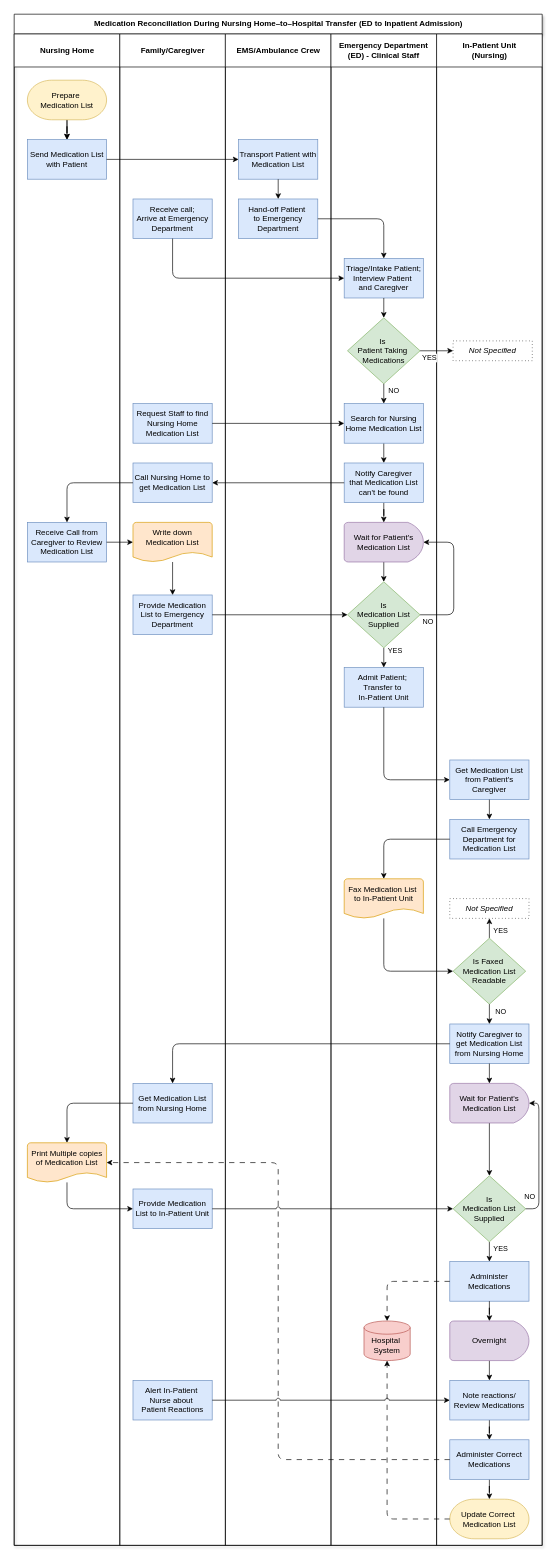
Before: Process Chart.drawio in melmirasol/Case-Problem-6.2, a draw.io diagram. Source tidied: cells renumbered, new cells numbered last; positions are measured from the earlier drawing's top-left corner, leaving out a move shared by most shapes. Both pictures are drawn from the tidied source at 66%, with x=0, y=0 at pixel (14, 14).
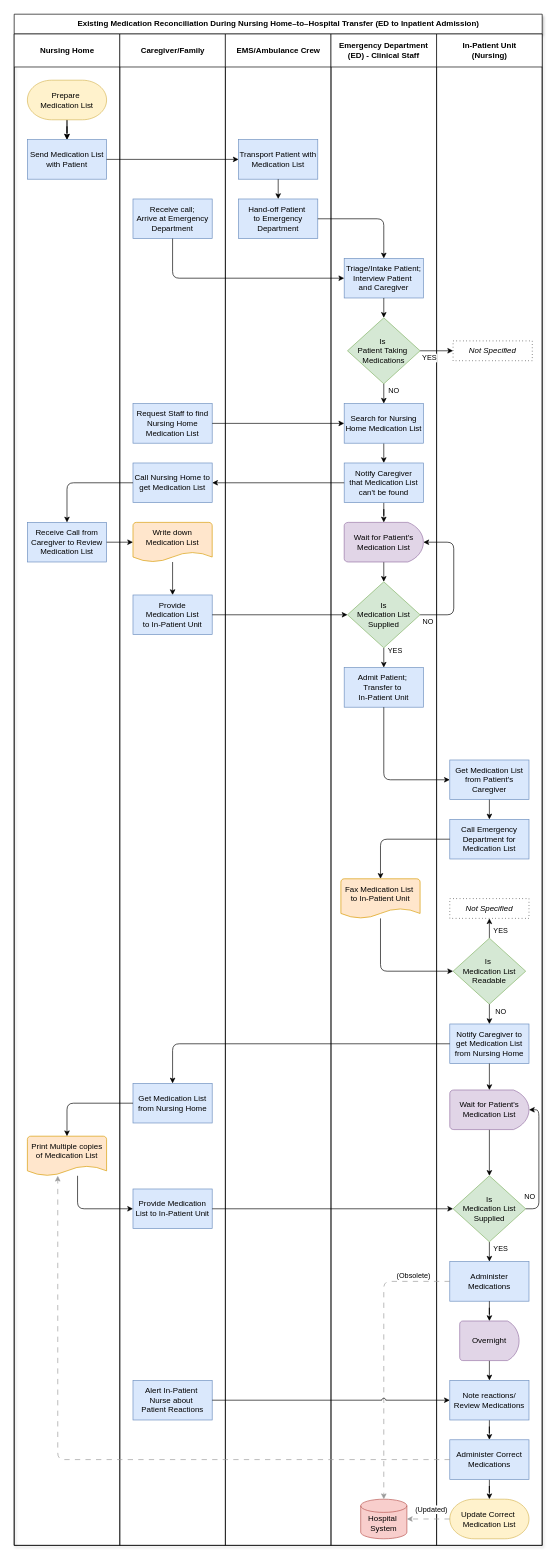
Above is the later version.

Unchanged cells that the change refers to:
```xml
<mxCell id="3" value="Nursing Home" style="swimlane;startSize=50;html=1;" parent="2" vertex="1">
  <mxGeometry y="30" width="160" height="2290" as="geometry" />
</mxCell>
<mxCell id="6" value="Receive Call from Caregiver to Review Medication List" style="rounded=0;whiteSpace=wrap;html=1;fillColor=#dae8fc;strokeColor=#6c8ebf;" parent="3" vertex="1">
  <mxGeometry x="20" y="740" width="120" height="60" as="geometry" />
</mxCell>
<mxCell id="20" value="EMS/Ambulance Crew" style="swimlane;startSize=50;html=1;" parent="2" vertex="1">
  <mxGeometry x="320" y="30" width="160" height="2290" as="geometry" />
</mxCell>
<mxCell id="24" value="Emergency Department (ED) -&amp;nbsp;&lt;span style=&quot;background-color: transparent; color: light-dark(rgb(0, 0, 0), rgb(255, 255, 255));&quot;&gt;Clinical&amp;nbsp;Staff&lt;/span&gt;" style="swimlane;startSize=50;html=1;whiteSpace=wrap;" parent="2" vertex="1">
  <mxGeometry x="480" y="30" width="160" height="2290" as="geometry" />
</mxCell>
<mxCell id="39" value="Is&lt;div&gt;Medication&amp;nbsp;&lt;span style=&quot;background-color: transparent; color: light-dark(rgb(0, 0, 0), rgb(255, 255, 255));&quot;&gt;List Supplied&lt;/span&gt;&lt;/div&gt;" style="rhombus;whiteSpace=wrap;html=1;fillColor=#d5e8d4;strokeColor=#82b366;" parent="24" vertex="1">
  <mxGeometry x="25" y="830" width="110" height="100" as="geometry" />
</mxCell>
<mxCell id="43" value="In-Patient Unit&lt;div&gt;(Nursing)&lt;/div&gt;" style="swimlane;startSize=50;html=1;" parent="2" vertex="1">
  <mxGeometry x="640" y="30" width="160" height="2290" as="geometry" />
</mxCell>
<mxCell id="45" value="&lt;span style=&quot;background-color: transparent; color: light-dark(rgb(0, 0, 0), rgb(255, 255, 255));&quot;&gt;Call Emergency Department for Medication List&lt;/span&gt;" style="rounded=0;whiteSpace=wrap;html=1;fillColor=#dae8fc;strokeColor=#6c8ebf;" parent="43" vertex="1">
  <mxGeometry x="20" y="1190" width="120" height="60" as="geometry" />
</mxCell>
<mxCell id="56" value="Administer Medications" style="whiteSpace=wrap;html=1;fillColor=#dae8fc;strokeColor=#6c8ebf;rounded=0;" parent="43" vertex="1">
  <mxGeometry x="20" y="1860" width="120" height="60" as="geometry" />
</mxCell>
<mxCell id="69" value="Update Correct&amp;nbsp;&lt;div&gt;Medication List&lt;/div&gt;" style="strokeWidth=1;html=1;shape=mxgraph.flowchart.terminator;whiteSpace=wrap;fillColor=#fff2cc;strokeColor=#d6b656;" parent="43" vertex="1">
  <mxGeometry x="20" y="2220" width="120" height="60" as="geometry" />
</mxCell>
<mxCell id="71" value="Administer Correct Medications" style="whiteSpace=wrap;html=1;fillColor=#dae8fc;strokeColor=#6c8ebf;rounded=0;" parent="43" vertex="1">
  <mxGeometry x="20" y="2130" width="120" height="60" as="geometry" />
</mxCell>
```

Change to the diagram source:
```diff
@@
-    <mxCell id="2" value="Medication Reconciliation During Nursing Home–to–Hospital Transfer (ED to Inpatient Admission)" style="swimlane;startSize=30;html=1;shadow=1;" parent="1" vertex="1">
+    <mxCell id="2" value="Existing Medication Reconciliation During Nursing Home–to–Hospital Transfer (ED to Inpatient Admission)" style="swimlane;startSize=30;html=1;shadow=1;" parent="1" vertex="1">
       <mxGeometry width="800" height="2320" as="geometry" />
     </mxCell>
@@
     <mxCell id="9" value="&lt;div&gt;Print Multiple copies of Medication List&lt;/div&gt;&lt;div&gt;&lt;br&gt;&lt;/div&gt;" style="strokeWidth=1;html=1;shape=mxgraph.flowchart.document2;whiteSpace=wrap;size=0.25;fillColor=#ffe6cc;strokeColor=#d79b00;" parent="3" vertex="1">
-      <mxGeometry x="20" y="1680" width="120" height="60" as="geometry" />
+      <mxGeometry x="20" y="1670" width="120" height="60" as="geometry" />
     </mxCell>
-    <mxCell id="10" value="Family/Caregiver" style="swimlane;startSize=50;html=1;" parent="2" vertex="1">
+    <mxCell id="10" value="Caregiver/Family" style="swimlane;startSize=50;html=1;" parent="2" vertex="1">
       <mxGeometry x="160" y="30" width="160" height="2290" as="geometry" />
     </mxCell>
@@
-    <mxCell id="14" value="&lt;span style=&quot;background-color: transparent; color: light-dark(rgb(0, 0, 0), rgb(255, 255, 255));&quot;&gt;Provide Medication List to Emergency Department&lt;/span&gt;" style="rounded=0;whiteSpace=wrap;html=1;fillColor=#dae8fc;strokeColor=#6c8ebf;" parent="10" vertex="1">
-      <mxGeometry x="20" y="850" width="120" height="60" as="geometry" />
-    </mxCell>
@@
+    <mxCell id="17" value="Provide Medication List to&amp;nbsp;&lt;span style=&quot;background-color: transparent; color: light-dark(rgb(0, 0, 0), rgb(255, 255, 255));&quot;&gt;In-Patient Unit&lt;/span&gt;" style="rounded=0;whiteSpace=wrap;html=1;fillColor=#dae8fc;strokeColor=#6c8ebf;" parent="10" vertex="1">
+      <mxGeometry x="20" y="1750" width="120" height="60" as="geometry" />
+    </mxCell>
+    <mxCell id="19" value="Alert In-Patient&amp;nbsp;&lt;div&gt;Nurse about&amp;nbsp;&lt;/div&gt;&lt;div&gt;Patient Reactions&lt;/div&gt;" style="whiteSpace=wrap;html=1;fillColor=#dae8fc;strokeColor=#6c8ebf;rounded=0;" parent="10" vertex="1">
+      <mxGeometry x="20" y="2040" width="120" height="60" as="geometry" />
+    </mxCell>
+    <mxCell id="93" style="edgeStyle=orthogonalEdgeStyle;rounded=0;jettySize=auto;html=1;" parent="10" edge="1" source="16" target="94">
+      <mxGeometry relative="1" as="geometry" />
+    </mxCell>
-    <mxCell id="16" value="Write down Medication List&lt;div&gt;&lt;br&gt;&lt;/div&gt;" style="strokeWidth=1;html=1;shape=mxgraph.flowchart.document2;whiteSpace=wrap;size=0.25;fillColor=#ffe6cc;strokeColor=#d79b00;" parent="10" vertex="1">
+    <mxCell id="16" value="Write down&lt;div&gt;Medication List&lt;div&gt;&lt;br&gt;&lt;/div&gt;&lt;/div&gt;" style="strokeWidth=1;html=1;shape=mxgraph.flowchart.document2;whiteSpace=wrap;size=0.25;fillColor=#ffe6cc;strokeColor=#d79b00;" parent="10" vertex="1">
       <mxGeometry x="20" y="740" width="120" height="60" as="geometry" />
     </mxCell>
-    <mxCell id="17" value="Provide Medication List to&amp;nbsp;&lt;span style=&quot;background-color: transparent; color: light-dark(rgb(0, 0, 0), rgb(255, 255, 255));&quot;&gt;In-Patient Unit&lt;/span&gt;" style="rounded=0;whiteSpace=wrap;html=1;fillColor=#dae8fc;strokeColor=#6c8ebf;" parent="10" vertex="1">
-      <mxGeometry x="20" y="1750" width="120" height="60" as="geometry" />
-    </mxCell>
-    <mxCell id="18" style="endArrow=classic;html=1;rounded=0;entryX=0.5;entryY=0;entryDx=0;entryDy=0;" parent="10" edge="1" source="16" target="14">
-      <mxGeometry relative="1" as="geometry" />
-    </mxCell>
-    <mxCell id="19" value="Alert In-Patient&amp;nbsp;&lt;div&gt;Nurse about&amp;nbsp;&lt;/div&gt;&lt;div&gt;Patient Reactions&lt;/div&gt;" style="whiteSpace=wrap;html=1;fillColor=#dae8fc;strokeColor=#6c8ebf;rounded=0;" parent="10" vertex="1">
-      <mxGeometry x="20" y="2040" width="120" height="60" as="geometry" />
-    </mxCell>
+    <mxCell id="94" value="&lt;span style=&quot;background-color: transparent; color: light-dark(rgb(0, 0, 0), rgb(255, 255, 255));&quot;&gt;Provide&lt;/span&gt;&lt;div&gt;Medication List&lt;/div&gt;&lt;div&gt;to In-Patient Unit&lt;/div&gt;" style="rounded=0;whiteSpace=wrap;html=1;fillColor=#dae8fc;strokeColor=#6c8ebf;" parent="10" vertex="1">
+      <mxGeometry x="20" y="850" width="120" height="60" as="geometry" />
+    </mxCell>
@@
-    <mxCell id="22" value="Hand-off Patient&amp;nbsp;&lt;div&gt;to Emergency Department&lt;/div&gt;" style="rounded=0;whiteSpace=wrap;html=1;fillColor=#dae8fc;strokeColor=#6c8ebf;" parent="20" vertex="1">
+    <mxCell id="22" value="Hand-off Patient&amp;nbsp;&lt;div&gt;to Emergency Department&lt;/div&gt;" style="rounded=0;whiteSpace=wrap;html=1;fillColor=#dae8fc;strokeColor=#6c8ebf;gradientColor=none;labelBorderColor=none;" parent="20" vertex="1">
       <mxGeometry x="20" y="250" width="120" height="60" as="geometry" />
     </mxCell>
@@
-    <mxCell id="32" value="Fax Medication List&amp;nbsp;&lt;div&gt;to In-Patient Unit&lt;/div&gt;&lt;div&gt;&lt;br&gt;&lt;/div&gt;" style="strokeWidth=1;html=1;shape=mxgraph.flowchart.document2;whiteSpace=wrap;size=0.25;fillColor=#ffe6cc;strokeColor=#d79b00;" parent="24" vertex="1">
-      <mxGeometry x="20" y="1280" width="120" height="60" as="geometry" />
-    </mxCell>
@@
     <mxCell id="42" value="&lt;div&gt;&lt;br&gt;&lt;/div&gt;Hospital&amp;nbsp;&lt;div&gt;System&lt;/div&gt;" style="strokeWidth=1;html=1;shape=mxgraph.flowchart.database;whiteSpace=wrap;fillColor=#f8cecc;strokeColor=#b85450;" parent="24" vertex="1">
-      <mxGeometry x="50" y="1950" width="70" height="60" as="geometry" />
+      <mxGeometry x="45" y="2220" width="70" height="60" as="geometry" />
     </mxCell>
+    <mxCell id="95" value="&lt;div&gt;&lt;span style=&quot;color: light-dark(rgb(0, 0, 0), rgb(255, 255, 255)); background-color: transparent;&quot;&gt;Fax Medication List&amp;nbsp;&lt;/span&gt;&lt;div&gt;&lt;span style=&quot;background-color: transparent; color: light-dark(rgb(0, 0, 0), rgb(255, 255, 255));&quot;&gt;t&lt;/span&gt;&lt;span style=&quot;background-color: transparent; color: light-dark(rgb(0, 0, 0), rgb(255, 255, 255));&quot;&gt;o In-Patient Unit&lt;/span&gt;&lt;/div&gt;&lt;/div&gt;&lt;div&gt;&lt;span style=&quot;background-color: transparent; color: light-dark(rgb(0, 0, 0), rgb(255, 255, 255));&quot;&gt;&lt;br&gt;&lt;/span&gt;&lt;/div&gt;" style="strokeWidth=1;html=1;shape=mxgraph.flowchart.document2;whiteSpace=wrap;size=0.25;fillColor=#ffe6cc;strokeColor=#d79b00;" parent="24" vertex="1">
+      <mxGeometry x="15" y="1280" width="120" height="60" as="geometry" />
+    </mxCell>
@@
-    <mxCell id="49" value="Is Faxed&amp;nbsp;&lt;div&gt;Medication List Readable&lt;/div&gt;" style="rhombus;whiteSpace=wrap;html=1;fillColor=#d5e8d4;strokeColor=#82b366;" parent="43" vertex="1">
+    <mxCell id="49" value="Is&amp;nbsp;&lt;div&gt;&lt;span style=&quot;background-color: transparent; color: light-dark(rgb(0, 0, 0), rgb(255, 255, 255));&quot;&gt;Medication List Readable&lt;/span&gt;&lt;/div&gt;" style="rhombus;whiteSpace=wrap;html=1;fillColor=#d5e8d4;strokeColor=#82b366;" parent="43" vertex="1">
       <mxGeometry x="25" y="1370" width="110" height="100" as="geometry" />
     </mxCell>
@@
     <mxCell id="54" value="Wait for Patient's Medication List" style="strokeWidth=1;html=1;shape=mxgraph.flowchart.delay;whiteSpace=wrap;fillColor=#e1d5e7;strokeColor=#9673a6;" parent="43" vertex="1">
-      <mxGeometry x="20" y="1590" width="120" height="60" as="geometry" />
+      <mxGeometry x="20" y="1600" width="120" height="60" as="geometry" />
     </mxCell>
@@
     <mxCell id="58" value="Overnight" style="strokeWidth=1;html=1;shape=mxgraph.flowchart.delay;whiteSpace=wrap;fillColor=#e1d5e7;strokeColor=#9673a6;" parent="43" vertex="1">
-      <mxGeometry x="20" y="1950" width="120" height="60" as="geometry" />
+      <mxGeometry x="35" y="1950" width="90" height="60" as="geometry" />
     </mxCell>
@@
-    <mxCell id="77" style="endArrow=classic;html=1;rounded=0;exitX=1;exitY=0.5;exitDx=0;exitDy=0;entryX=0;entryY=0.5;entryDx=0;entryDy=0;entryPerimeter=0;" parent="2" edge="1" source="6" target="16">
-      <mxGeometry relative="1" as="geometry" />
-    </mxCell>
@@
-    <mxCell id="79" style="endArrow=classic;html=1;rounded=1;exitX=0;exitY=0.5;exitDx=0;exitDy=0;curved=0;entryX=0.5;entryY=0;entryDx=0;entryDy=0;entryPerimeter=0;" parent="2" edge="1" source="45" target="32">
-      <mxGeometry relative="1" as="geometry">
-        <Array as="points">
-          <mxPoint x="560" y="1250" />
-        </Array>
-      </mxGeometry>
-    </mxCell>
@@
-    <mxCell id="82" style="edgeStyle=orthogonalEdgeStyle;rounded=1;jettySize=auto;html=1;entryX=0;entryY=0.5;entryDx=0;entryDy=0;curved=0;" parent="2" edge="1" source="32" target="49">
-      <mxGeometry relative="1" as="geometry">
-        <Array as="points">
-          <mxPoint x="560" y="1450" />
-        </Array>
-      </mxGeometry>
-    </mxCell>
@@
-    <mxCell id="84" style="edgeStyle=orthogonalEdgeStyle;rounded=0;jettySize=auto;html=1;exitX=1;exitY=0.5;exitDx=0;exitDy=0;entryX=0;entryY=0.5;entryDx=0;entryDy=0;" parent="2" edge="1" source="14" target="39">
-      <mxGeometry relative="1" as="geometry" />
-    </mxCell>
@@
-    <mxCell id="87" style="edgeStyle=orthogonalEdgeStyle;rounded=1;jettySize=auto;html=1;exitX=0;exitY=0.5;exitDx=0;exitDy=0;entryX=0.5;entryY=0;entryDx=0;entryDy=0;entryPerimeter=0;curved=0;dashed=1;dashPattern=8 8;" parent="2" edge="1" source="56" target="42">
+    <mxCell id="87" style="edgeStyle=orthogonalEdgeStyle;rounded=1;jettySize=auto;html=1;exitX=0;exitY=0.5;exitDx=0;exitDy=0;entryX=0.5;entryY=0;entryDx=0;entryDy=0;entryPerimeter=0;curved=0;dashed=1;dashPattern=8 8;strokeColor=#999999;" parent="2" edge="1" source="56" target="42">
       <mxGeometry relative="1" as="geometry" />
     </mxCell>
+    <mxCell id="96" value="(Obsolete)" style="edgeLabel;html=1;align=center;verticalAlign=middle;" parent="87" vertex="1">
+      <mxGeometry x="-0.83" y="-2" relative="1" as="geometry">
+        <mxPoint x="-19" y="-8" as="offset" />
+      </mxGeometry>
+    </mxCell>
-    <mxCell id="88" style="edgeStyle=orthogonalEdgeStyle;rounded=1;jettySize=auto;html=1;exitX=0;exitY=0.5;exitDx=0;exitDy=0;exitPerimeter=0;curved=0;dashed=1;dashPattern=8 8;" parent="2" edge="1" source="69" target="42">
+    <mxCell id="88" style="edgeStyle=orthogonalEdgeStyle;rounded=1;jettySize=auto;html=1;exitX=0;exitY=0.5;exitDx=0;exitDy=0;exitPerimeter=0;curved=0;dashed=1;dashPattern=8 8;strokeColor=#999999;" parent="2" edge="1" source="69" target="42">
       <mxGeometry relative="1" as="geometry" />
     </mxCell>
+    <mxCell id="97" value="(Updated)" style="edgeLabel;html=1;align=center;verticalAlign=middle;" parent="88" vertex="1">
+      <mxGeometry x="0.25" y="-3" relative="1" as="geometry">
+        <mxPoint x="12" y="-12" as="offset" />
+      </mxGeometry>
+    </mxCell>
     <mxCell id="89" style="edgeStyle=orthogonalEdgeStyle;rounded=1;jettySize=auto;html=1;entryX=0;entryY=0.5;entryDx=0;entryDy=0;curved=0;" parent="2" edge="1" source="9" target="17">
       <mxGeometry relative="1" as="geometry">
         <Array as="points">
-          <mxPoint x="80" y="1810" />
+          <mxPoint x="96" y="1810" />
         </Array>
       </mxGeometry>
     </mxCell>
-    <mxCell id="90" style="edgeStyle=orthogonalEdgeStyle;rounded=1;jettySize=auto;html=1;exitX=0;exitY=0.5;exitDx=0;exitDy=0;entryX=1;entryY=0.5;entryDx=0;entryDy=0;entryPerimeter=0;curved=0;dashed=1;dashPattern=8 8;jumpStyle=none;" parent="2" edge="1" source="71" target="9">
-      <mxGeometry relative="1" as="geometry" />
-    </mxCell>
@@
+    <mxCell id="77" style="edgeStyle=orthogonalEdgeStyle;rounded=0;jettySize=auto;html=1;exitX=1;exitY=0.5;exitDx=0;exitDy=0;entryX=0;entryY=0.5;entryDx=0;entryDy=0;entryPerimeter=0;" parent="2" edge="1" source="6" target="16">
+      <mxGeometry relative="1" as="geometry" />
+    </mxCell>
+    <mxCell id="98" style="edgeStyle=orthogonalEdgeStyle;rounded=0;jettySize=auto;html=1;entryX=0;entryY=0.5;entryDx=0;entryDy=0;exitX=1;exitY=0.5;exitDx=0;exitDy=0;" parent="2" edge="1" source="94" target="39">
+      <mxGeometry relative="1" as="geometry" />
+    </mxCell>
+    <mxCell id="99" style="edgeStyle=orthogonalEdgeStyle;rounded=1;jettySize=auto;html=1;exitX=0;exitY=0.5;exitDx=0;exitDy=0;curved=0;entryX=0.5;entryY=0;entryDx=0;entryDy=0;entryPerimeter=0;" parent="2" edge="1" source="45" target="95">
+      <mxGeometry relative="1" as="geometry" />
+    </mxCell>
+    <mxCell id="100" style="edgeStyle=orthogonalEdgeStyle;rounded=1;jettySize=auto;html=1;entryX=0;entryY=0.5;entryDx=0;entryDy=0;curved=0;" parent="2" edge="1" source="95" target="49">
+      <mxGeometry relative="1" as="geometry">
+        <Array as="points">
+          <mxPoint x="555" y="1450" />
+        </Array>
+      </mxGeometry>
+    </mxCell>
+    <mxCell id="90" style="edgeStyle=orthogonalEdgeStyle;rounded=1;jettySize=auto;html=1;exitX=0;exitY=0.5;exitDx=0;exitDy=0;curved=0;dashed=1;dashPattern=8 8;strokeColor=#999999;" parent="2" edge="1" source="71" target="9">
+      <mxGeometry relative="1" as="geometry">
+        <Array as="points">
+          <mxPoint x="66" y="2190" />
+        </Array>
+      </mxGeometry>
+    </mxCell>
```
